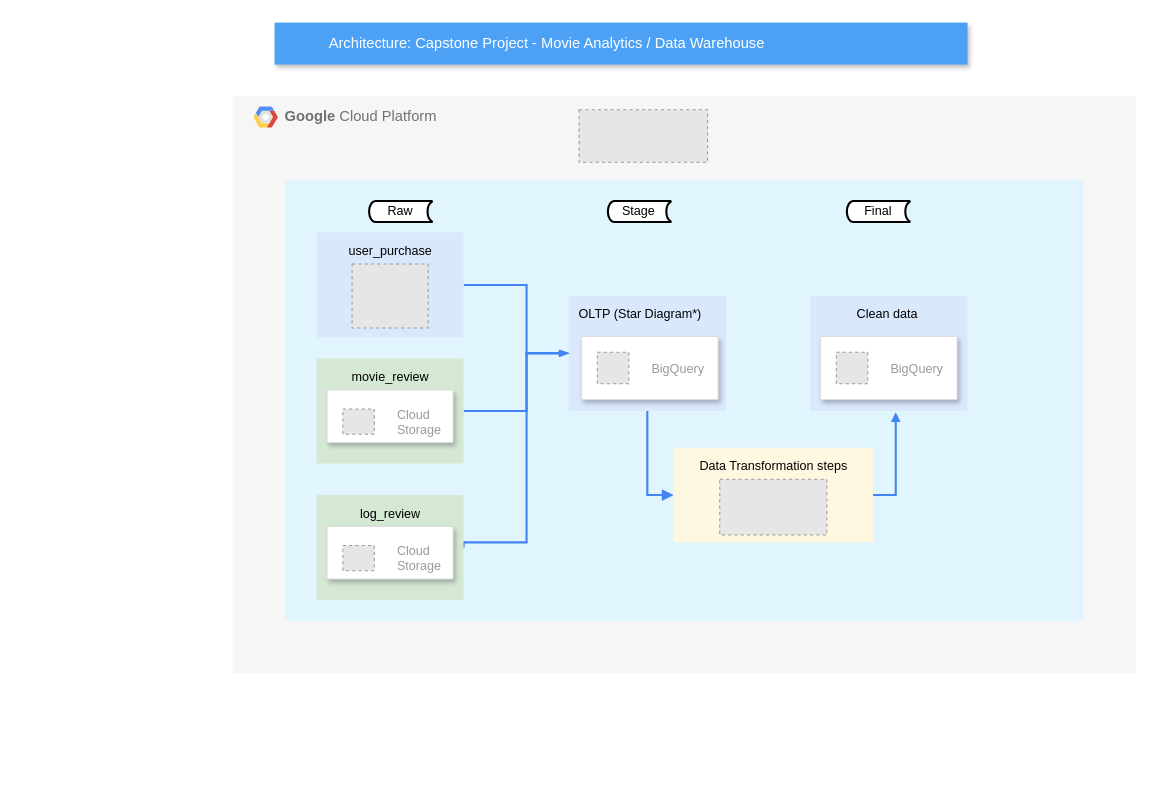
Earlier version of the draw.io diagram infrastructure_tests.drawio (Andresmps/Wizeline_Capstone_Project). Source tidied: cells renumbered, new cells numbered last; positions are measured from the earlier drawing's top-left corner, leaving out a move shared by most shapes. Both pictures are drawn from the tidied source at 105%, with x=0, y=0 at pixel (232, 22). Pictures stored in the file or linked from it are replaced by grey dashed boxes.
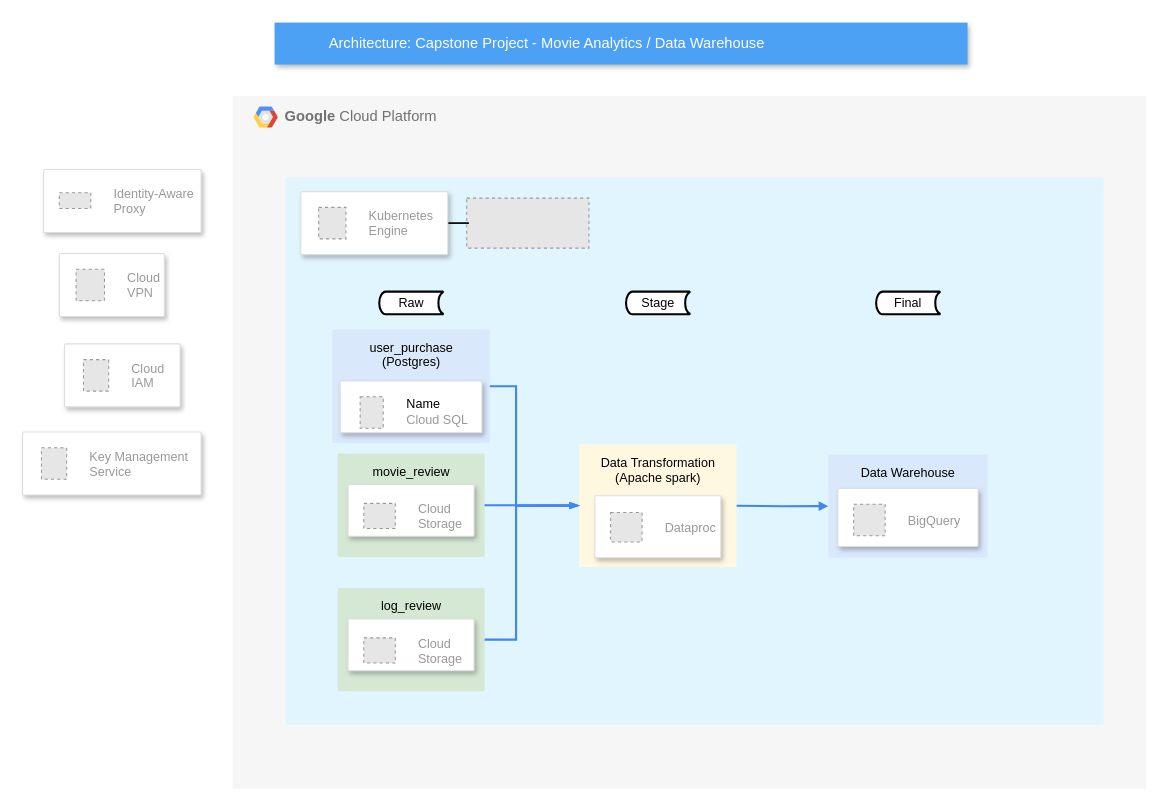
The same diagram, later.

Commit message (it also covers changes not shown here):
airflow dag to create a cluster of dataproc

What changed in the source:
```diff
@@
     <mxCell id="2" value="&lt;b&gt;Google &lt;/b&gt;Cloud Platform" style="fillColor=#F6F6F6;strokeColor=none;shadow=0;gradientColor=none;fontSize=14;align=left;spacing=10;fontColor=#717171;9E9E9E;verticalAlign=top;spacingTop=-4;fontStyle=0;spacingLeft=40;html=1;" parent="1" vertex="1">
-      <mxGeometry y="70" width="860" height="550" as="geometry" />
+      <mxGeometry y="70" width="870" height="660" as="geometry" />
     </mxCell>
@@
     <mxCell id="4" style="sketch=0;rounded=1;absoluteArcSize=1;arcSize=2;html=1;strokeColor=none;gradientColor=none;shadow=0;dashed=0;fontSize=12;fontColor=#9E9E9E;align=left;verticalAlign=top;spacing=10;spacingTop=-4;fillColor=#E1F5FE;" parent="2" vertex="1">
-      <mxGeometry x="50" y="80" width="760" height="420" as="geometry" />
+      <mxGeometry x="50.6" y="77.6" width="779" height="521.1" as="geometry" />
     </mxCell>
     <mxCell id="5" style="fillColor=#E6E6E6;strokeColor=#999999;dashed=1;verticalLabelPosition=bottom;labelBackgroundColor=default;verticalAlign=top;" parent="2" vertex="1">
-      <mxGeometry x="330" y="13.1" width="122.4" height="50" as="geometry" />
+      <mxGeometry x="223" y="97.2" width="116.4" height="47.6" as="geometry" />
     </mxCell>
-    <mxCell id="6" value="&lt;font color=&quot;#000000&quot;&gt;OLTP (Star Diagram*)&amp;nbsp;&lt;/font&gt;" style="rounded=1;absoluteArcSize=1;arcSize=2;html=1;strokeColor=#6c8ebf;shadow=0;dashed=0;strokeColor=none;fontSize=12;align=left;verticalAlign=top;spacing=10;spacingTop=-4;fillColor=#dae8fc;" parent="2" vertex="1">
-      <mxGeometry x="320" y="190" width="150" height="110" as="geometry" />
-    </mxCell>
-    <mxCell id="7" style="strokeColor=#dddddd;shadow=1;strokeWidth=1;rounded=1;absoluteArcSize=1;arcSize=2;" parent="2" vertex="1">
-      <mxGeometry x="332.4" y="229" width="130" height="60" as="geometry" />
-    </mxCell>
-    <mxCell id="8" value="BigQuery" style="fillColor=#E6E6E6;strokeColor=#999999;dashed=1;fontColor=#999999;verticalLabelPosition=middle;labelBackgroundColor=#ffffff;verticalAlign=middle;labelPosition=right;align=left;spacingLeft=20;" parent="7" vertex="1">
-      <mxGeometry width="30" height="30" relative="1" as="geometry">
-        <mxPoint x="15" y="15" as="offset" />
-      </mxGeometry>
-    </mxCell>
-    <mxCell id="9" value="&lt;font color=&quot;#000000&quot;&gt;Data Transformation steps&lt;/font&gt;" style="sketch=0;points=[[0,0,0],[0.25,0,0],[0.5,0,0],[0.75,0,0],[1,0,0],[1,0.25,0],[1,0.5,0],[1,0.75,0],[1,1,0],[0.75,1,0],[0.5,1,0],[0.25,1,0],[0,1,0],[0,0.75,0],[0,0.5,0],[0,0.25,0]];rounded=1;absoluteArcSize=1;arcSize=2;html=1;strokeColor=none;gradientColor=none;shadow=0;dashed=0;fontSize=12;fontColor=#9E9E9E;align=center;verticalAlign=top;spacing=10;spacingTop=-4;fillColor=#FFF8E1;" parent="2" vertex="1">
-      <mxGeometry x="420" y="335" width="190" height="90" as="geometry" />
+    <mxCell id="9" value="&lt;font color=&quot;#000000&quot;&gt;Data Transformation &lt;br&gt;(Apache spark)&lt;/font&gt;" style="sketch=0;points=[[0,0,0],[0.25,0,0],[0.5,0,0],[0.75,0,0],[1,0,0],[1,0.25,0],[1,0.5,0],[1,0.75,0],[1,1,0],[0.75,1,0],[0.5,1,0],[0.25,1,0],[0,1,0],[0,0.75,0],[0,0.5,0],[0,0.25,0]];rounded=1;absoluteArcSize=1;arcSize=2;html=1;strokeColor=none;gradientColor=none;shadow=0;dashed=0;fontSize=12;fontColor=#9E9E9E;align=center;verticalAlign=top;spacing=10;spacingTop=-4;fillColor=#FFF8E1;" parent="2" vertex="1">
+      <mxGeometry x="330" y="331.5" width="150" height="117.1" as="geometry" />
     </mxCell>
-    <mxCell id="10" style="fillColor=#E6E6E6;strokeColor=#999999;dashed=1;verticalLabelPosition=bottom;labelBackgroundColor=default;verticalAlign=top;" parent="2" vertex="1">
-      <mxGeometry x="464" y="365" width="102" height="53" as="geometry" />
-    </mxCell>
-    <mxCell id="11" value="&lt;font color=&quot;#000000&quot;&gt;Clean data&amp;nbsp;&lt;/font&gt;" style="rounded=1;absoluteArcSize=1;arcSize=2;html=1;strokeColor=#6c8ebf;shadow=0;dashed=0;strokeColor=none;fontSize=12;align=center;verticalAlign=top;spacing=10;spacingTop=-4;fillColor=#dae8fc;" parent="2" vertex="1">
-      <mxGeometry x="550" y="190" width="150" height="110" as="geometry" />
+    <mxCell id="11" value="&lt;font color=&quot;#000000&quot;&gt;Data Warehouse&lt;/font&gt;" style="rounded=1;absoluteArcSize=1;arcSize=2;html=1;strokeColor=#6c8ebf;shadow=0;dashed=0;strokeColor=none;fontSize=12;align=center;verticalAlign=top;spacing=10;spacingTop=-4;fillColor=#dae8fc;" parent="2" vertex="1">
+      <mxGeometry x="567.4" y="341.3" width="151.7" height="98.5" as="geometry" />
     </mxCell>
-    <mxCell id="12" style="edgeStyle=orthogonalEdgeStyle;rounded=0;html=1;labelBackgroundColor=none;startFill=1;endArrow=block;endFill=1;jettySize=auto;strokeColor=#4284F3;strokeWidth=2;fontSize=12;fontColor=#000000;align=center;dashed=0;exitX=0.5;exitY=1;exitDx=0;exitDy=0;entryX=0;entryY=0.5;entryDx=0;entryDy=0;entryPerimeter=0;" parent="2" edge="1" source="6" target="9">
-      <mxGeometry relative="1" as="geometry" />
-    </mxCell>
-    <mxCell id="13" style="edgeStyle=orthogonalEdgeStyle;rounded=0;html=1;labelBackgroundColor=none;startFill=1;startSize=4;endArrow=none;endFill=0;endSize=4;jettySize=auto;strokeColor=#4284F3;strokeWidth=2;fontSize=12;fontColor=#000000;align=center;dashed=0;entryX=1;entryY=0.5;entryDx=0;entryDy=0;entryPerimeter=0;exitX=0.544;exitY=1.011;exitDx=0;exitDy=0;exitPerimeter=0;startArrow=block;" parent="2" edge="1" source="11" target="9">
+    <mxCell id="13" style="edgeStyle=orthogonalEdgeStyle;rounded=0;html=1;labelBackgroundColor=none;startFill=1;startSize=4;endArrow=none;endFill=0;endSize=4;jettySize=auto;strokeColor=#4284F3;strokeWidth=2;fontSize=12;fontColor=#000000;align=center;dashed=0;exitX=0;exitY=0.5;exitDx=0;exitDy=0;startArrow=block;" parent="2" edge="1" source="11" target="9">
       <mxGeometry relative="1" as="geometry" />
     </mxCell>
     <mxCell id="14" style="strokeColor=#dddddd;shadow=1;strokeWidth=1;rounded=1;absoluteArcSize=1;arcSize=2;" parent="2" vertex="1">
-      <mxGeometry x="560" y="229" width="130" height="60" as="geometry" />
+      <mxGeometry x="576.5" y="373.7" width="133.5" height="55.2" as="geometry" />
     </mxCell>
@@
-    <mxCell id="16" value="Raw" style="strokeWidth=2;html=1;shape=mxgraph.flowchart.stored_data;whiteSpace=wrap;fontColor=#000000;" parent="2" vertex="1">
-      <mxGeometry x="130" y="100" width="60" height="20" as="geometry" />
-    </mxCell>
     <mxCell id="17" value="Stage" style="strokeWidth=2;html=1;shape=mxgraph.flowchart.stored_data;whiteSpace=wrap;fontColor=#000000;" parent="2" vertex="1">
-      <mxGeometry x="357.4" y="100" width="60" height="20" as="geometry" />
+      <mxGeometry x="374.7" y="186.2" width="60.7" height="21.6" as="geometry" />
     </mxCell>
     <mxCell id="18" value="Final" style="strokeWidth=2;html=1;shape=mxgraph.flowchart.stored_data;whiteSpace=wrap;fontColor=#000000;" parent="2" vertex="1">
-      <mxGeometry x="585" y="100" width="60" height="20" as="geometry" />
+      <mxGeometry x="612.9" y="186.2" width="60.7" height="21.6" as="geometry" />
     </mxCell>
+    <mxCell id="16" value="Raw" style="strokeWidth=2;html=1;shape=mxgraph.flowchart.stored_data;whiteSpace=wrap;fontColor=#000000;" parent="2" vertex="1">
+      <mxGeometry x="139.7" y="186.2" width="60.7" height="21.6" as="geometry" />
+    </mxCell>
+    <mxCell id="20" value="user_purchase &lt;br&gt;(Postgres)" style="rounded=1;absoluteArcSize=1;arcSize=2;html=1;strokeColor=#6c8ebf;shadow=0;dashed=0;strokeColor=none;fontSize=12;align=center;verticalAlign=top;spacing=10;spacingTop=-4;fillColor=#dae8fc;" parent="2" vertex="1">
+      <mxGeometry x="95" y="222.2" width="150" height="108.2" as="geometry" />
+    </mxCell>
-    <mxCell id="19" style="edgeStyle=orthogonalEdgeStyle;rounded=0;html=1;labelBackgroundColor=none;startFill=1;startSize=4;endArrow=blockThin;endFill=1;endSize=4;jettySize=auto;strokeColor=#4284F3;strokeWidth=2;fontSize=12;fontColor=#000000;align=center;dashed=0;entryX=0;entryY=0.5;entryDx=0;entryDy=0;" parent="1" edge="1" source="20" target="6">
+    <mxCell id="19" style="edgeStyle=orthogonalEdgeStyle;rounded=0;html=1;labelBackgroundColor=none;startFill=1;startSize=4;endArrow=blockThin;endFill=1;endSize=4;jettySize=auto;strokeColor=#4284F3;strokeWidth=2;fontSize=12;fontColor=#000000;align=center;dashed=0;exitX=1;exitY=0.5;exitDx=0;exitDy=0;entryX=0;entryY=0.5;entryDx=0;entryDy=0;entryPerimeter=0;" parent="2" edge="1" source="20" target="9">
       <mxGeometry relative="1" as="geometry">
         <Array as="points">
-          <mxPoint x="280" y="250" />
-          <mxPoint x="280" y="315" />
+          <mxPoint x="270" y="276" />
+          <mxPoint x="270" y="390" />
         </Array>
       </mxGeometry>
     </mxCell>
-    <mxCell id="20" value="user_purchase" style="rounded=1;absoluteArcSize=1;arcSize=2;html=1;strokeColor=#6c8ebf;shadow=0;dashed=0;strokeColor=none;fontSize=12;align=center;verticalAlign=top;spacing=10;spacingTop=-4;fillColor=#dae8fc;" parent="1" vertex="1">
-      <mxGeometry x="80" y="200" width="140" height="100" as="geometry" />
-    </mxCell>
-    <mxCell id="21" style="edgeStyle=orthogonalEdgeStyle;rounded=0;html=1;labelBackgroundColor=none;startFill=1;startSize=4;endArrow=blockThin;endFill=1;endSize=4;jettySize=auto;strokeColor=#4284F3;strokeWidth=2;fontSize=12;fontColor=#000000;align=center;dashed=0;" parent="1" edge="1" source="22" target="6">
-      <mxGeometry relative="1" as="geometry">
-        <Array as="points">
-          <mxPoint x="280" y="370" />
-          <mxPoint x="280" y="315" />
-        </Array>
-      </mxGeometry>
-    </mxCell>
-    <mxCell id="22" value="movie_review" style="rounded=1;absoluteArcSize=1;arcSize=2;html=1;strokeColor=#82b366;shadow=0;dashed=0;strokeColor=none;fontSize=12;align=center;verticalAlign=top;spacing=10;spacingTop=-4;fillColor=#d5e8d4;" parent="1" vertex="1">
-      <mxGeometry x="80" y="320" width="140" height="100" as="geometry" />
+    <mxCell id="22" value="movie_review" style="rounded=1;absoluteArcSize=1;arcSize=2;html=1;strokeColor=#82b366;shadow=0;dashed=0;strokeColor=none;fontSize=12;align=center;verticalAlign=top;spacing=10;spacingTop=-4;fillColor=#d5e8d4;" parent="2" vertex="1">
+      <mxGeometry x="100" y="340.4" width="140" height="98.5" as="geometry" />
     </mxCell>
-    <mxCell id="23" style="edgeStyle=orthogonalEdgeStyle;rounded=0;html=1;labelBackgroundColor=none;startFill=1;startSize=4;endArrow=blockThin;endFill=1;endSize=4;jettySize=auto;strokeColor=#4284F3;strokeWidth=2;fontSize=12;fontColor=#000000;align=center;dashed=0;exitX=1;exitY=0.5;exitDx=0;exitDy=0;entryX=0;entryY=0.5;entryDx=0;entryDy=0;" parent="1" edge="1" source="28" target="6">
-      <mxGeometry relative="1" as="geometry">
-        <Array as="points">
-          <mxPoint x="220" y="495" />
-          <mxPoint x="280" y="495" />
-          <mxPoint x="280" y="315" />
-        </Array>
-      </mxGeometry>
-    </mxCell>
-    <mxCell id="24" value="Architecture: Capstone Project - Movie Analytics / Data Warehouse" style="fillColor=#4DA1F5;strokeColor=none;shadow=1;gradientColor=none;fontSize=14;align=left;spacingLeft=50;fontColor=#ffffff;html=1;" parent="1" vertex="1">
-      <mxGeometry x="40" width="660" height="40" as="geometry" />
-    </mxCell>
-    <mxCell id="25" style="fillColor=#E6E6E6;strokeColor=#999999;dashed=1;verticalLabelPosition=bottom;labelBackgroundColor=default;verticalAlign=top;" parent="1" vertex="1">
-      <mxGeometry x="113.8" y="230" width="72.5" height="60.8" as="geometry" />
-    </mxCell>
-    <mxCell id="26" style="strokeColor=#dddddd;shadow=1;strokeWidth=1;rounded=1;absoluteArcSize=1;arcSize=2;" parent="1" vertex="1">
-      <mxGeometry x="90" y="350" width="120" height="50" as="geometry" />
+    <mxCell id="26" style="strokeColor=#dddddd;shadow=1;strokeWidth=1;rounded=1;absoluteArcSize=1;arcSize=2;" parent="2" vertex="1">
+      <mxGeometry x="110" y="369.9" width="120" height="49.3" as="geometry" />
     </mxCell>
@@
-    <mxCell id="28" value="log_review" style="rounded=1;absoluteArcSize=1;arcSize=2;html=1;strokeColor=#82b366;shadow=0;dashed=0;strokeColor=none;fontSize=12;align=center;verticalAlign=top;spacing=10;spacingTop=-4;fillColor=#d5e8d4;" parent="1" vertex="1">
-      <mxGeometry x="80" y="450" width="140" height="100" as="geometry" />
+    <mxCell id="28" value="log_review" style="rounded=1;absoluteArcSize=1;arcSize=2;html=1;strokeColor=#82b366;shadow=0;dashed=0;strokeColor=none;fontSize=12;align=center;verticalAlign=top;spacing=10;spacingTop=-4;fillColor=#d5e8d4;" parent="2" vertex="1">
+      <mxGeometry x="100" y="468.4" width="140" height="98.5" as="geometry" />
     </mxCell>
-    <mxCell id="29" style="strokeColor=#dddddd;shadow=1;strokeWidth=1;rounded=1;absoluteArcSize=1;arcSize=2;" parent="1" vertex="1">
-      <mxGeometry x="90" y="480" width="120" height="50" as="geometry" />
+    <mxCell id="29" style="strokeColor=#dddddd;shadow=1;strokeWidth=1;rounded=1;absoluteArcSize=1;arcSize=2;" parent="2" vertex="1">
+      <mxGeometry x="110" y="498" width="120" height="49.3" as="geometry" />
     </mxCell>
@@
+    <mxCell id="21" style="edgeStyle=orthogonalEdgeStyle;rounded=0;html=1;labelBackgroundColor=none;startFill=1;startSize=4;endArrow=blockThin;endFill=1;endSize=4;jettySize=auto;strokeColor=#4284F3;strokeWidth=2;fontSize=12;fontColor=#000000;align=center;dashed=0;entryX=0;entryY=0.5;entryDx=0;entryDy=0;entryPerimeter=0;exitX=1;exitY=0.5;exitDx=0;exitDy=0;" parent="2" edge="1" source="22" target="9">
+      <mxGeometry relative="1" as="geometry">
+        <Array as="points">
+          <mxPoint x="310" y="389.5" />
+        </Array>
+      </mxGeometry>
+    </mxCell>
+    <mxCell id="23" style="edgeStyle=orthogonalEdgeStyle;rounded=0;html=1;labelBackgroundColor=none;startFill=1;startSize=4;endArrow=blockThin;endFill=1;endSize=4;jettySize=auto;strokeColor=#4284F3;strokeWidth=2;fontSize=12;fontColor=#000000;align=center;dashed=0;exitX=1;exitY=0.5;exitDx=0;exitDy=0;entryX=0;entryY=0.5;entryDx=0;entryDy=0;entryPerimeter=0;" parent="2" edge="1" source="28" target="9">
+      <mxGeometry relative="1" as="geometry">
+        <Array as="points">
+          <mxPoint x="270" y="517.5" />
+          <mxPoint x="270" y="390.5" />
+        </Array>
+      </mxGeometry>
+    </mxCell>
+    <mxCell id="31" style="strokeColor=#dddddd;shadow=1;strokeWidth=1;rounded=1;absoluteArcSize=1;arcSize=2;" parent="2" vertex="1">
+      <mxGeometry x="345" y="380.6" width="120" height="59.1" as="geometry" />
+    </mxCell>
+    <mxCell id="32" value="Dataproc" style="fillColor=#E6E6E6;strokeColor=#999999;dashed=1;fontColor=#999999;verticalLabelPosition=middle;labelBackgroundColor=#ffffff;verticalAlign=middle;labelPosition=right;align=left;spacingLeft=20;" parent="31" vertex="1">
+      <mxGeometry width="30" height="28" relative="1" as="geometry">
+        <mxPoint x="15" y="16" as="offset" />
+      </mxGeometry>
+    </mxCell>
+    <mxCell id="33" style="strokeColor=#dddddd;shadow=1;strokeWidth=1;rounded=1;absoluteArcSize=1;arcSize=2;" parent="2" vertex="1">
+      <mxGeometry x="102.5" y="271.3" width="135" height="49.3" as="geometry" />
+    </mxCell>
+    <mxCell id="34" value="&lt;font color=&quot;#000000&quot;&gt;Name&lt;/font&gt;&lt;br&gt;Cloud SQL" style="fillColor=#E6E6E6;strokeColor=#999999;dashed=1;html=1;fontColor=#999999;verticalLabelPosition=middle;labelBackgroundColor=#ffffff;verticalAlign=middle;labelPosition=right;align=left;spacingLeft=20;" parent="33" vertex="1">
+      <mxGeometry width="22" height="30" relative="1" as="geometry">
+        <mxPoint x="19" y="15" as="offset" />
+      </mxGeometry>
+    </mxCell>
+    <mxCell id="35" style="edgeStyle=orthogonalEdgeStyle;rounded=0;jettySize=auto;html=1;endArrow=none;endFill=0;" parent="2" edge="1" source="37" target="5">
+      <mxGeometry relative="1" as="geometry" />
+    </mxCell>
+    <mxCell id="36" style="edgeStyle=orthogonalEdgeStyle;rounded=0;jettySize=auto;html=1;endArrow=none;endFill=0;" parent="2" edge="1" source="37" target="5">
+      <mxGeometry relative="1" as="geometry" />
+    </mxCell>
+    <mxCell id="37" style="strokeColor=#dddddd;shadow=1;strokeWidth=1;rounded=1;absoluteArcSize=1;arcSize=2;" parent="2" vertex="1">
+      <mxGeometry x="65" y="91" width="140" height="60" as="geometry" />
+    </mxCell>
+    <mxCell id="38" value="Kubernetes&#10;Engine" style="fillColor=#E6E6E6;strokeColor=#999999;dashed=1;fontColor=#999999;verticalLabelPosition=middle;labelBackgroundColor=#ffffff;verticalAlign=middle;labelPosition=right;align=left;spacingLeft=20;" parent="37" vertex="1">
+      <mxGeometry width="26" height="30" relative="1" as="geometry">
+        <mxPoint x="17" y="15" as="offset" />
+      </mxGeometry>
+    </mxCell>
+    <mxCell id="24" value="Architecture: Capstone Project - Movie Analytics / Data Warehouse" style="fillColor=#4DA1F5;strokeColor=none;shadow=1;gradientColor=none;fontSize=14;align=left;spacingLeft=50;fontColor=#ffffff;html=1;" parent="1" vertex="1">
+      <mxGeometry x="40" width="660" height="40" as="geometry" />
+    </mxCell>
+    <mxCell id="39" style="strokeColor=#dddddd;shadow=1;strokeWidth=1;rounded=1;absoluteArcSize=1;arcSize=2;" parent="1" vertex="1">
+      <mxGeometry x="-180" y="140" width="150" height="60" as="geometry" />
+    </mxCell>
+    <mxCell id="40" value="Identity-Aware&#10;Proxy" style="fillColor=#E6E6E6;strokeColor=#999999;dashed=1;fontColor=#999999;verticalLabelPosition=middle;labelBackgroundColor=#ffffff;verticalAlign=middle;labelPosition=right;align=left;spacingLeft=20;" parent="39" vertex="1">
+      <mxGeometry width="30" height="15" relative="1" as="geometry">
+        <mxPoint x="15" y="22" as="offset" />
+      </mxGeometry>
+    </mxCell>
+    <mxCell id="41" style="strokeColor=#dddddd;shadow=1;strokeWidth=1;rounded=1;absoluteArcSize=1;arcSize=2;" parent="1" vertex="1">
+      <mxGeometry x="-165" y="220" width="100" height="60" as="geometry" />
+    </mxCell>
+    <mxCell id="42" value="Cloud&#10;VPN" style="fillColor=#E6E6E6;strokeColor=#999999;dashed=1;fontColor=#999999;verticalLabelPosition=middle;labelBackgroundColor=#ffffff;verticalAlign=middle;labelPosition=right;align=left;spacingLeft=20;" parent="41" vertex="1">
+      <mxGeometry width="27" height="30" relative="1" as="geometry">
+        <mxPoint x="16" y="15" as="offset" />
+      </mxGeometry>
+    </mxCell>
+    <mxCell id="43" style="strokeColor=#dddddd;shadow=1;strokeWidth=1;rounded=1;absoluteArcSize=1;arcSize=2;" parent="1" vertex="1">
+      <mxGeometry x="-160" y="306" width="110" height="60" as="geometry" />
+    </mxCell>
+    <mxCell id="44" value="Cloud&#10;IAM" style="fillColor=#E6E6E6;strokeColor=#999999;dashed=1;fontColor=#999999;verticalLabelPosition=middle;labelBackgroundColor=#ffffff;verticalAlign=middle;labelPosition=right;align=left;spacingLeft=20;" parent="43" vertex="1">
+      <mxGeometry width="24" height="30" relative="1" as="geometry">
+        <mxPoint x="18" y="15" as="offset" />
+      </mxGeometry>
+    </mxCell>
+    <mxCell id="45" style="strokeColor=#dddddd;shadow=1;strokeWidth=1;rounded=1;absoluteArcSize=1;arcSize=2;" parent="1" vertex="1">
+      <mxGeometry x="-200" y="390" width="170" height="60" as="geometry" />
+    </mxCell>
+    <mxCell id="46" value="Key Management&#10;Service" style="fillColor=#E6E6E6;strokeColor=#999999;dashed=1;fontColor=#999999;verticalLabelPosition=middle;labelBackgroundColor=#ffffff;verticalAlign=middle;labelPosition=right;align=left;spacingLeft=20;" parent="45" vertex="1">
+      <mxGeometry width="24" height="30" relative="1" as="geometry">
+        <mxPoint x="18" y="15" as="offset" />
+      </mxGeometry>
+    </mxCell>
```
